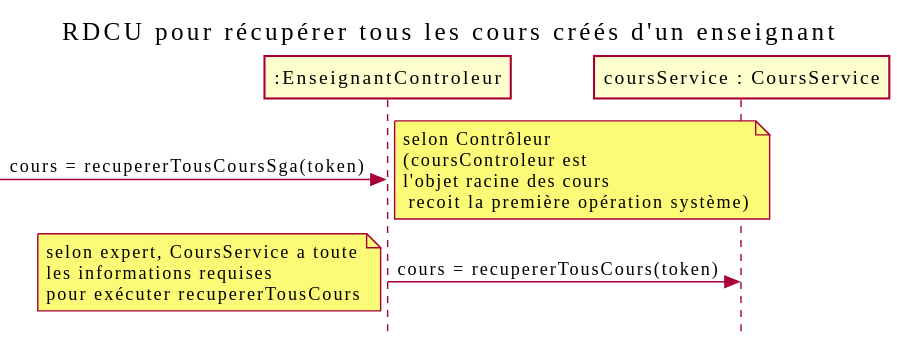
This is out/docs/Récupérer cours/RDCU_Recuperer_Cours/récupérer tous les cours créés.svg from nerdz88/SGA-TS, a PlantUML export, as it was before one commit.
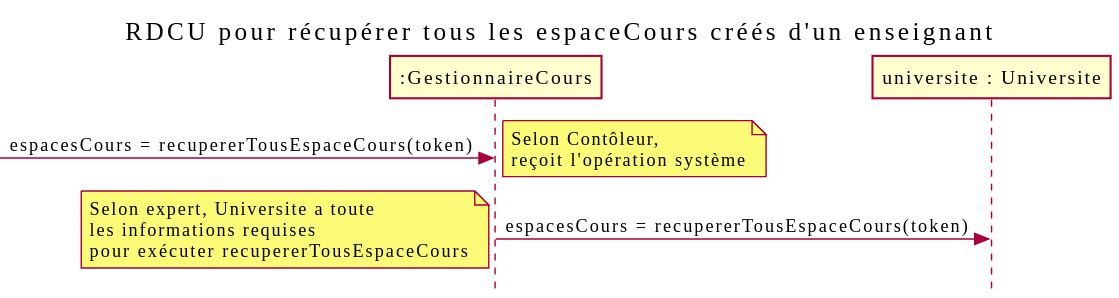
Above is the later version.

Change to the diagram source:
```diff
@@ -1,12 +1,12 @@
 @startuml
 skinparam style strictuml
 skinparam defaultfontname Verdana
-title RDCU pour récupérer tous les cours créés d'un enseignant
-participant ":EnseignantControleur" as controleur
-participant "coursService : CoursService" as mapCours
+title RDCU pour récupérer tous les espaceCours créés d'un enseignant
+participant ":GestionnaireCours" as controleur
+participant "universite : Universite" as mapCours
 
-->controleur : cours = recupererTousCoursSga(token)
-note right : selon Contrôleur\n(coursControleur est\nl'objet racine des cours\n recoit la première opération système)
-controleur -> mapCours : cours = recupererTousCours(token)
-note left : selon expert, CoursService a toute\nles informations requises\npour exécuter recupererTousCours
+->controleur : espacesCours = recupererTousEspaceCours(token)
+note right : Selon Contôleur,\nreçoit l'opération système
+controleur -> mapCours : espacesCours = recupererTousEspaceCours(token)
+note left : Selon expert, Universite a toute\nles informations requises\npour exécuter recupererTousEspaceCours
 @enduml
```
